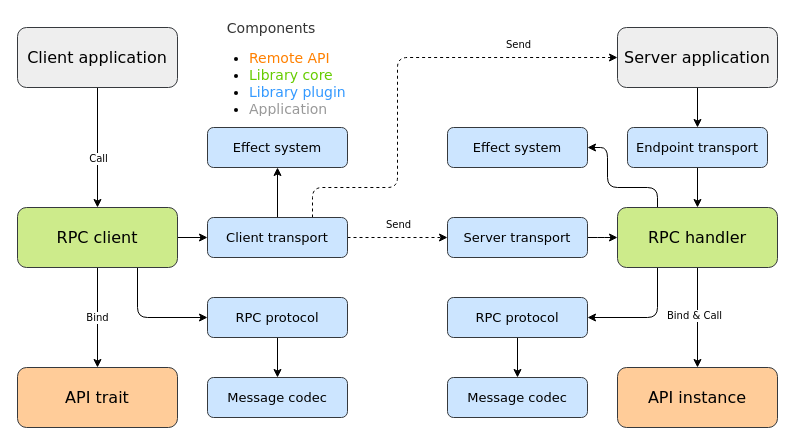
Above: docs/diagrams/architecture.drawio in martin-ockajak/automorph (draw.io), before the change. Source tidied: cells renumbered, new cells numbered last; positions are measured from the earlier drawing's top-left corner, leaving out a move shared by most shapes. Both pictures are drawn from the tidied source at 100%, with x=0, y=0 at pixel (17, 17).
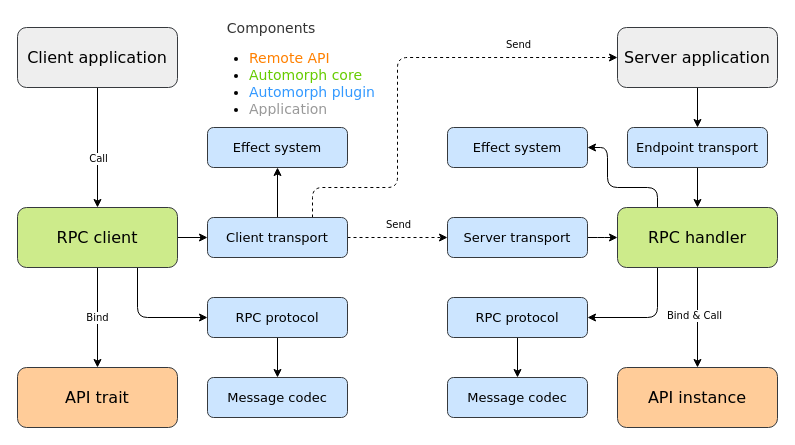
The same diagram, later.

Change to the diagram source:
```diff
@@
-    <mxCell id="36" value="&lt;div style=&quot;font-size: 14px&quot;&gt;&lt;font color=&quot;#333333&quot;&gt;&amp;nbsp; &amp;nbsp; Components&lt;/font&gt;&lt;/div&gt;&lt;ul style=&quot;font-size: 14px&quot;&gt;&lt;li&gt;&lt;font color=&quot;#ff8000&quot;&gt;Remote API&lt;/font&gt;&lt;/li&gt;&lt;li&gt;&lt;font color=&quot;#66cc00&quot;&gt;Library core&lt;/font&gt;&lt;/li&gt;&lt;li&gt;&lt;font style=&quot;font-size: 14px&quot; color=&quot;#3399ff&quot;&gt;Library plugin&lt;/font&gt;&lt;/li&gt;&lt;li&gt;&lt;font style=&quot;font-size: 14px&quot; color=&quot;#999999&quot;&gt;Application&lt;/font&gt;&lt;/li&gt;&lt;/ul&gt;" style="text;strokeColor=none;fillColor=none;html=1;whiteSpace=wrap;verticalAlign=middle;overflow=hidden;fontFamily=Verdana;fontSize=12;align=left;" parent="1" vertex="1">
+    <mxCell id="36" value="&lt;div style=&quot;font-size: 14px&quot;&gt;&lt;font color=&quot;#333333&quot;&gt;&amp;nbsp; &amp;nbsp; Components&lt;/font&gt;&lt;/div&gt;&lt;ul style=&quot;font-size: 14px&quot;&gt;&lt;li&gt;&lt;font color=&quot;#ff8000&quot;&gt;Remote API&lt;/font&gt;&lt;/li&gt;&lt;li&gt;&lt;font color=&quot;#66cc00&quot;&gt;Automorph core&lt;/font&gt;&lt;/li&gt;&lt;li&gt;&lt;font style=&quot;font-size: 14px&quot; color=&quot;#3399ff&quot;&gt;Automorph plugin&lt;/font&gt;&lt;/li&gt;&lt;li&gt;&lt;font style=&quot;font-size: 14px&quot; color=&quot;#999999&quot;&gt;Application&lt;/font&gt;&lt;/li&gt;&lt;/ul&gt;" style="text;strokeColor=none;fillColor=none;html=1;whiteSpace=wrap;verticalAlign=middle;overflow=hidden;fontFamily=Verdana;fontSize=12;align=left;" parent="1" vertex="1">
       <mxGeometry x="190" width="185" height="100" as="geometry" />
     </mxCell>
```
